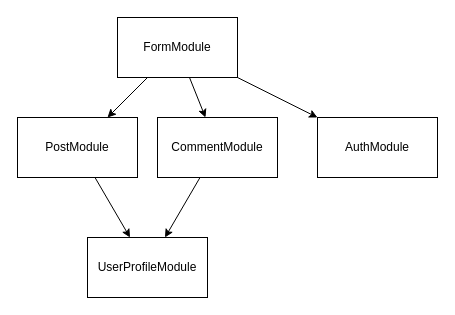
Before: src/docs/README.drawio in mrojasb2000/nestjs-task-management, a draw.io diagram. Source tidied: cells renumbered, new cells numbered last; positions are measured from the earlier drawing's top-left corner, leaving out a move shared by most shapes. Both pictures are drawn from the tidied source at 100%, with x=0, y=0 at pixel (17, 17).
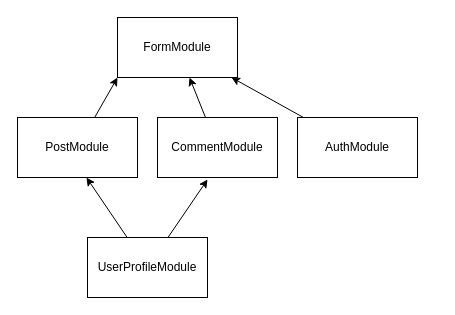
Above is the later version.

Change to the diagram source:
```diff
@@
 <mxGraphModel>
   <root>
     <mxCell id="0" />
     <mxCell id="1" parent="0" />
-    <mxCell id="2" style="edgeStyle=none;html=1;" parent="1" edge="1" source="5" target="7">
-      <mxGeometry relative="1" as="geometry" />
-    </mxCell>
-    <mxCell id="3" style="edgeStyle=none;html=1;" parent="1" edge="1" source="5" target="9">
-      <mxGeometry relative="1" as="geometry" />
-    </mxCell>
-    <mxCell id="4" style="edgeStyle=none;html=1;" parent="1" edge="1" source="5" target="10">
-      <mxGeometry relative="1" as="geometry" />
-    </mxCell>
     <mxCell id="5" value="FormModule" style="whiteSpace=wrap;html=1;" parent="1" vertex="1">
       <mxGeometry x="100" width="120" height="60" as="geometry" />
     </mxCell>
-    <mxCell id="6" style="edgeStyle=none;html=1;" parent="1" edge="1" source="7" target="11">
-      <mxGeometry relative="1" as="geometry" />
-    </mxCell>
+    <mxCell id="12" style="edgeStyle=none;html=1;entryX=0;entryY=1;entryDx=0;entryDy=0;" parent="1" edge="1" source="7" target="5">
+      <mxGeometry relative="1" as="geometry" />
+    </mxCell>
     <mxCell id="7" value="PostModule" style="whiteSpace=wrap;html=1;" parent="1" vertex="1">
       <mxGeometry y="100" width="120" height="60" as="geometry" />
     </mxCell>
-    <mxCell id="8" style="edgeStyle=none;html=1;" parent="1" edge="1" source="9" target="11">
-      <mxGeometry relative="1" as="geometry" />
-    </mxCell>
+    <mxCell id="13" style="edgeStyle=none;html=1;" parent="1" edge="1" source="9" target="5">
+      <mxGeometry relative="1" as="geometry" />
+    </mxCell>
     <mxCell id="9" value="CommentModule" style="whiteSpace=wrap;html=1;" parent="1" vertex="1">
       <mxGeometry x="140" y="100" width="120" height="60" as="geometry" />
     </mxCell>
+    <mxCell id="14" style="edgeStyle=none;html=1;" parent="1" edge="1" source="10" target="5">
+      <mxGeometry relative="1" as="geometry" />
+    </mxCell>
     <mxCell id="10" value="AuthModule" style="whiteSpace=wrap;html=1;" parent="1" vertex="1">
-      <mxGeometry x="300" y="100" width="120" height="60" as="geometry" />
+      <mxGeometry x="280" y="100" width="120" height="60" as="geometry" />
     </mxCell>
+    <mxCell id="15" style="edgeStyle=none;html=1;entryX=0.575;entryY=1;entryDx=0;entryDy=0;entryPerimeter=0;" parent="1" edge="1" source="11" target="7">
+      <mxGeometry relative="1" as="geometry" />
+    </mxCell>
+    <mxCell id="16" style="edgeStyle=none;html=1;entryX=0.417;entryY=1.033;entryDx=0;entryDy=0;entryPerimeter=0;" parent="1" edge="1" source="11" target="9">
+      <mxGeometry relative="1" as="geometry" />
+    </mxCell>
     <mxCell id="11" value="UserProfileModule" style="whiteSpace=wrap;html=1;" parent="1" vertex="1">
       <mxGeometry x="70" y="220" width="120" height="60" as="geometry" />
     </mxCell>
   </root>
 </mxGraphModel>
```
